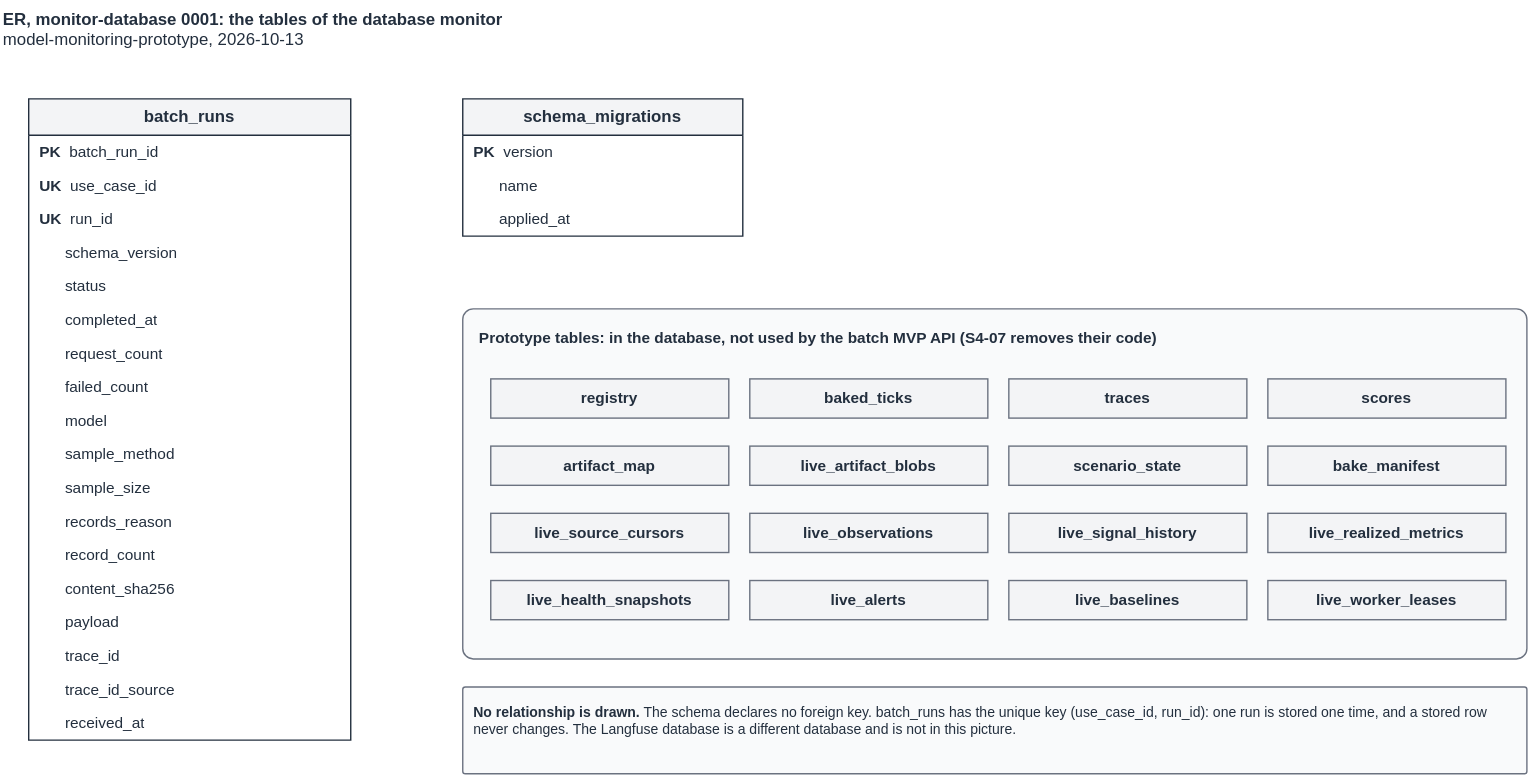
Above: docs/diagram/er/monitor-database/0001-batch-runs-and-prototype-tables.drawio.svg in tkhongsap-io/model-monitoring-prototype (draw.io), before the change. Source tidied: cells renumbered, new cells last; positions are measured from the earlier drawing's top-left corner, leaving out a move shared by most shapes. Its diagram source:
```xml
<mxGraphModel background="#FFFFFF">
  <root>
    <mxCell id="0" />
    <mxCell id="1" parent="0" />
    <mxCell id="2" value="&lt;b&gt;ER, monitor-database 0001: the tables of the database monitor&lt;/b&gt;&lt;br&gt;model-monitoring-prototype, 2026-10-13" style="text;html=1;align=left;verticalAlign=top;fontSize=12;fontColor=#232F3E;" parent="1" vertex="1">
      <mxGeometry width="900" height="40" as="geometry" />
    </mxCell>
    <mxCell id="3" value="batch_runs" style="swimlane;fontStyle=1;horizontal=1;startSize=26;align=center;fontSize=12;whiteSpace=wrap;html=1;fillColor=#F3F4F6;strokeColor=#232F3E;fontColor=#232F3E;swimlaneFillColor=#FFFFFF;" parent="1" vertex="1">
      <mxGeometry x="20" y="70" width="230" height="458" as="geometry" />
    </mxCell>
    <mxCell id="4" value="&lt;b&gt;PK&lt;/b&gt;&amp;nbsp; batch_run_id" style="text;strokeColor=none;fillColor=none;align=left;verticalAlign=middle;spacingLeft=6;spacingRight=4;overflow=hidden;fontSize=11;whiteSpace=wrap;html=1;fontColor=#232F3E;" parent="3" vertex="1">
      <mxGeometry y="26" width="230" height="24" as="geometry" />
    </mxCell>
    <mxCell id="5" value="&lt;b&gt;UK&lt;/b&gt;&amp;nbsp; use_case_id" style="text;strokeColor=none;fillColor=none;align=left;verticalAlign=middle;spacingLeft=6;spacingRight=4;overflow=hidden;fontSize=11;whiteSpace=wrap;html=1;fontColor=#232F3E;" parent="3" vertex="1">
      <mxGeometry y="50" width="230" height="24" as="geometry" />
    </mxCell>
    <mxCell id="6" value="&lt;b&gt;UK&lt;/b&gt;&amp;nbsp; run_id" style="text;strokeColor=none;fillColor=none;align=left;verticalAlign=middle;spacingLeft=6;spacingRight=4;overflow=hidden;fontSize=11;whiteSpace=wrap;html=1;fontColor=#232F3E;" parent="3" vertex="1">
      <mxGeometry y="74" width="230" height="24" as="geometry" />
    </mxCell>
    <mxCell id="7" value="&amp;nbsp; &amp;nbsp; &amp;nbsp; schema_version" style="text;strokeColor=none;fillColor=none;align=left;verticalAlign=middle;spacingLeft=6;spacingRight=4;overflow=hidden;fontSize=11;whiteSpace=wrap;html=1;fontColor=#232F3E;" parent="3" vertex="1">
      <mxGeometry y="98" width="230" height="24" as="geometry" />
    </mxCell>
    <mxCell id="8" value="&amp;nbsp; &amp;nbsp; &amp;nbsp; status" style="text;strokeColor=none;fillColor=none;align=left;verticalAlign=middle;spacingLeft=6;spacingRight=4;overflow=hidden;fontSize=11;whiteSpace=wrap;html=1;fontColor=#232F3E;" parent="3" vertex="1">
      <mxGeometry y="122" width="230" height="24" as="geometry" />
    </mxCell>
    <mxCell id="9" value="&amp;nbsp; &amp;nbsp; &amp;nbsp; completed_at" style="text;strokeColor=none;fillColor=none;align=left;verticalAlign=middle;spacingLeft=6;spacingRight=4;overflow=hidden;fontSize=11;whiteSpace=wrap;html=1;fontColor=#232F3E;" parent="3" vertex="1">
      <mxGeometry y="146" width="230" height="24" as="geometry" />
    </mxCell>
    <mxCell id="10" value="&amp;nbsp; &amp;nbsp; &amp;nbsp; request_count" style="text;strokeColor=none;fillColor=none;align=left;verticalAlign=middle;spacingLeft=6;spacingRight=4;overflow=hidden;fontSize=11;whiteSpace=wrap;html=1;fontColor=#232F3E;" parent="3" vertex="1">
      <mxGeometry y="170" width="230" height="24" as="geometry" />
    </mxCell>
    <mxCell id="11" value="&amp;nbsp; &amp;nbsp; &amp;nbsp; failed_count" style="text;strokeColor=none;fillColor=none;align=left;verticalAlign=middle;spacingLeft=6;spacingRight=4;overflow=hidden;fontSize=11;whiteSpace=wrap;html=1;fontColor=#232F3E;" parent="3" vertex="1">
      <mxGeometry y="194" width="230" height="24" as="geometry" />
    </mxCell>
    <mxCell id="12" value="&amp;nbsp; &amp;nbsp; &amp;nbsp; model" style="text;strokeColor=none;fillColor=none;align=left;verticalAlign=middle;spacingLeft=6;spacingRight=4;overflow=hidden;fontSize=11;whiteSpace=wrap;html=1;fontColor=#232F3E;" parent="3" vertex="1">
      <mxGeometry y="218" width="230" height="24" as="geometry" />
    </mxCell>
    <mxCell id="13" value="&amp;nbsp; &amp;nbsp; &amp;nbsp; sample_method" style="text;strokeColor=none;fillColor=none;align=left;verticalAlign=middle;spacingLeft=6;spacingRight=4;overflow=hidden;fontSize=11;whiteSpace=wrap;html=1;fontColor=#232F3E;" parent="3" vertex="1">
      <mxGeometry y="242" width="230" height="24" as="geometry" />
    </mxCell>
    <mxCell id="14" value="&amp;nbsp; &amp;nbsp; &amp;nbsp; sample_size" style="text;strokeColor=none;fillColor=none;align=left;verticalAlign=middle;spacingLeft=6;spacingRight=4;overflow=hidden;fontSize=11;whiteSpace=wrap;html=1;fontColor=#232F3E;" parent="3" vertex="1">
      <mxGeometry y="266" width="230" height="24" as="geometry" />
    </mxCell>
    <mxCell id="15" value="&amp;nbsp; &amp;nbsp; &amp;nbsp; records_reason" style="text;strokeColor=none;fillColor=none;align=left;verticalAlign=middle;spacingLeft=6;spacingRight=4;overflow=hidden;fontSize=11;whiteSpace=wrap;html=1;fontColor=#232F3E;" parent="3" vertex="1">
      <mxGeometry y="290" width="230" height="24" as="geometry" />
    </mxCell>
    <mxCell id="16" value="&amp;nbsp; &amp;nbsp; &amp;nbsp; record_count" style="text;strokeColor=none;fillColor=none;align=left;verticalAlign=middle;spacingLeft=6;spacingRight=4;overflow=hidden;fontSize=11;whiteSpace=wrap;html=1;fontColor=#232F3E;" parent="3" vertex="1">
      <mxGeometry y="314" width="230" height="24" as="geometry" />
    </mxCell>
    <mxCell id="17" value="&amp;nbsp; &amp;nbsp; &amp;nbsp; content_sha256" style="text;strokeColor=none;fillColor=none;align=left;verticalAlign=middle;spacingLeft=6;spacingRight=4;overflow=hidden;fontSize=11;whiteSpace=wrap;html=1;fontColor=#232F3E;" parent="3" vertex="1">
      <mxGeometry y="338" width="230" height="24" as="geometry" />
    </mxCell>
    <mxCell id="18" value="&amp;nbsp; &amp;nbsp; &amp;nbsp; payload" style="text;strokeColor=none;fillColor=none;align=left;verticalAlign=middle;spacingLeft=6;spacingRight=4;overflow=hidden;fontSize=11;whiteSpace=wrap;html=1;fontColor=#232F3E;" parent="3" vertex="1">
      <mxGeometry y="362" width="230" height="24" as="geometry" />
    </mxCell>
    <mxCell id="19" value="&amp;nbsp; &amp;nbsp; &amp;nbsp; trace_id" style="text;strokeColor=none;fillColor=none;align=left;verticalAlign=middle;spacingLeft=6;spacingRight=4;overflow=hidden;fontSize=11;whiteSpace=wrap;html=1;fontColor=#232F3E;" parent="3" vertex="1">
      <mxGeometry y="386" width="230" height="24" as="geometry" />
    </mxCell>
    <mxCell id="20" value="&amp;nbsp; &amp;nbsp; &amp;nbsp; trace_id_source" style="text;strokeColor=none;fillColor=none;align=left;verticalAlign=middle;spacingLeft=6;spacingRight=4;overflow=hidden;fontSize=11;whiteSpace=wrap;html=1;fontColor=#232F3E;" parent="3" vertex="1">
      <mxGeometry y="410" width="230" height="24" as="geometry" />
    </mxCell>
    <mxCell id="21" value="&amp;nbsp; &amp;nbsp; &amp;nbsp; received_at" style="text;strokeColor=none;fillColor=none;align=left;verticalAlign=middle;spacingLeft=6;spacingRight=4;overflow=hidden;fontSize=11;whiteSpace=wrap;html=1;fontColor=#232F3E;" parent="3" vertex="1">
      <mxGeometry y="434" width="230" height="24" as="geometry" />
    </mxCell>
    <mxCell id="22" value="schema_migrations" style="swimlane;fontStyle=1;horizontal=1;startSize=26;align=center;fontSize=12;whiteSpace=wrap;html=1;fillColor=#F3F4F6;strokeColor=#232F3E;fontColor=#232F3E;swimlaneFillColor=#FFFFFF;" parent="1" vertex="1">
      <mxGeometry x="330" y="70" width="200" height="98" as="geometry" />
    </mxCell>
    <mxCell id="23" value="&lt;b&gt;PK&lt;/b&gt;&amp;nbsp; version" style="text;strokeColor=none;fillColor=none;align=left;verticalAlign=middle;spacingLeft=6;spacingRight=4;overflow=hidden;fontSize=11;whiteSpace=wrap;html=1;fontColor=#232F3E;" parent="22" vertex="1">
      <mxGeometry y="26" width="200" height="24" as="geometry" />
    </mxCell>
    <mxCell id="24" value="&amp;nbsp; &amp;nbsp; &amp;nbsp; name" style="text;strokeColor=none;fillColor=none;align=left;verticalAlign=middle;spacingLeft=6;spacingRight=4;overflow=hidden;fontSize=11;whiteSpace=wrap;html=1;fontColor=#232F3E;" parent="22" vertex="1">
      <mxGeometry y="50" width="200" height="24" as="geometry" />
    </mxCell>
    <mxCell id="25" value="&amp;nbsp; &amp;nbsp; &amp;nbsp; applied_at" style="text;strokeColor=none;fillColor=none;align=left;verticalAlign=middle;spacingLeft=6;spacingRight=4;overflow=hidden;fontSize=11;whiteSpace=wrap;html=1;fontColor=#232F3E;" parent="22" vertex="1">
      <mxGeometry y="74" width="200" height="24" as="geometry" />
    </mxCell>
    <mxCell id="26" value="Prototype tables: in the database, not used by the batch MVP API (S4-07 removes their code)" style="rounded=1;arcSize=3;whiteSpace=wrap;html=1;verticalAlign=top;align=left;spacingLeft=10;spacingTop=8;fontStyle=1;fontSize=11;fillColor=#F9FAFB;strokeColor=#6B7280;fontColor=#232F3E;" parent="1" vertex="1">
      <mxGeometry x="330" y="220" width="760" height="250" as="geometry" />
    </mxCell>
    <mxCell id="27" value="registry" style="rounded=0;whiteSpace=wrap;html=1;fontStyle=1;fontSize=11;fillColor=#F3F4F6;strokeColor=#6B7280;fontColor=#232F3E;" parent="26" vertex="1">
      <mxGeometry x="20" y="50" width="170" height="28" as="geometry" />
    </mxCell>
    <mxCell id="28" value="baked_ticks" style="rounded=0;whiteSpace=wrap;html=1;fontStyle=1;fontSize=11;fillColor=#F3F4F6;strokeColor=#6B7280;fontColor=#232F3E;" parent="26" vertex="1">
      <mxGeometry x="205" y="50" width="170" height="28" as="geometry" />
    </mxCell>
    <mxCell id="29" value="traces" style="rounded=0;whiteSpace=wrap;html=1;fontStyle=1;fontSize=11;fillColor=#F3F4F6;strokeColor=#6B7280;fontColor=#232F3E;" parent="26" vertex="1">
      <mxGeometry x="390" y="50" width="170" height="28" as="geometry" />
    </mxCell>
    <mxCell id="30" value="scores" style="rounded=0;whiteSpace=wrap;html=1;fontStyle=1;fontSize=11;fillColor=#F3F4F6;strokeColor=#6B7280;fontColor=#232F3E;" parent="26" vertex="1">
      <mxGeometry x="575" y="50" width="170" height="28" as="geometry" />
    </mxCell>
    <mxCell id="31" value="artifact_map" style="rounded=0;whiteSpace=wrap;html=1;fontStyle=1;fontSize=11;fillColor=#F3F4F6;strokeColor=#6B7280;fontColor=#232F3E;" parent="26" vertex="1">
      <mxGeometry x="20" y="98" width="170" height="28" as="geometry" />
    </mxCell>
    <mxCell id="32" value="live_artifact_blobs" style="rounded=0;whiteSpace=wrap;html=1;fontStyle=1;fontSize=11;fillColor=#F3F4F6;strokeColor=#6B7280;fontColor=#232F3E;" parent="26" vertex="1">
      <mxGeometry x="205" y="98" width="170" height="28" as="geometry" />
    </mxCell>
    <mxCell id="33" value="scenario_state" style="rounded=0;whiteSpace=wrap;html=1;fontStyle=1;fontSize=11;fillColor=#F3F4F6;strokeColor=#6B7280;fontColor=#232F3E;" parent="26" vertex="1">
      <mxGeometry x="390" y="98" width="170" height="28" as="geometry" />
    </mxCell>
    <mxCell id="34" value="bake_manifest" style="rounded=0;whiteSpace=wrap;html=1;fontStyle=1;fontSize=11;fillColor=#F3F4F6;strokeColor=#6B7280;fontColor=#232F3E;" parent="26" vertex="1">
      <mxGeometry x="575" y="98" width="170" height="28" as="geometry" />
    </mxCell>
    <mxCell id="35" value="live_source_cursors" style="rounded=0;whiteSpace=wrap;html=1;fontStyle=1;fontSize=11;fillColor=#F3F4F6;strokeColor=#6B7280;fontColor=#232F3E;" parent="26" vertex="1">
      <mxGeometry x="20" y="146" width="170" height="28" as="geometry" />
    </mxCell>
    <mxCell id="36" value="live_observations" style="rounded=0;whiteSpace=wrap;html=1;fontStyle=1;fontSize=11;fillColor=#F3F4F6;strokeColor=#6B7280;fontColor=#232F3E;" parent="26" vertex="1">
      <mxGeometry x="205" y="146" width="170" height="28" as="geometry" />
    </mxCell>
    <mxCell id="37" value="live_signal_history" style="rounded=0;whiteSpace=wrap;html=1;fontStyle=1;fontSize=11;fillColor=#F3F4F6;strokeColor=#6B7280;fontColor=#232F3E;" parent="26" vertex="1">
      <mxGeometry x="390" y="146" width="170" height="28" as="geometry" />
    </mxCell>
    <mxCell id="38" value="live_realized_metrics" style="rounded=0;whiteSpace=wrap;html=1;fontStyle=1;fontSize=11;fillColor=#F3F4F6;strokeColor=#6B7280;fontColor=#232F3E;" parent="26" vertex="1">
      <mxGeometry x="575" y="146" width="170" height="28" as="geometry" />
    </mxCell>
    <mxCell id="39" value="live_health_snapshots" style="rounded=0;whiteSpace=wrap;html=1;fontStyle=1;fontSize=11;fillColor=#F3F4F6;strokeColor=#6B7280;fontColor=#232F3E;" parent="26" vertex="1">
      <mxGeometry x="20" y="194" width="170" height="28" as="geometry" />
    </mxCell>
    <mxCell id="40" value="live_alerts" style="rounded=0;whiteSpace=wrap;html=1;fontStyle=1;fontSize=11;fillColor=#F3F4F6;strokeColor=#6B7280;fontColor=#232F3E;" parent="26" vertex="1">
      <mxGeometry x="205" y="194" width="170" height="28" as="geometry" />
    </mxCell>
    <mxCell id="41" value="live_baselines" style="rounded=0;whiteSpace=wrap;html=1;fontStyle=1;fontSize=11;fillColor=#F3F4F6;strokeColor=#6B7280;fontColor=#232F3E;" parent="26" vertex="1">
      <mxGeometry x="390" y="194" width="170" height="28" as="geometry" />
    </mxCell>
    <mxCell id="42" value="live_worker_leases" style="rounded=0;whiteSpace=wrap;html=1;fontStyle=1;fontSize=11;fillColor=#F3F4F6;strokeColor=#6B7280;fontColor=#232F3E;" parent="26" vertex="1">
      <mxGeometry x="575" y="194" width="170" height="28" as="geometry" />
    </mxCell>
    <mxCell id="43" value="&lt;b&gt;No relationship is drawn.&lt;/b&gt; The schema declares no foreign key. batch_runs has the unique key (use_case_id, run_id): one run is stored one time, and a stored row never changes. The Langfuse database is a different database and is not in this picture." style="text;html=1;align=left;verticalAlign=top;whiteSpace=wrap;fontSize=10;fontColor=#232F3E;fillColor=#F9FAFB;strokeColor=#6B7280;spacing=8;rounded=1;arcSize=3;" parent="1" vertex="1">
      <mxGeometry x="330" y="490" width="760" height="62" as="geometry" />
    </mxCell>
  </root>
</mxGraphModel>
```
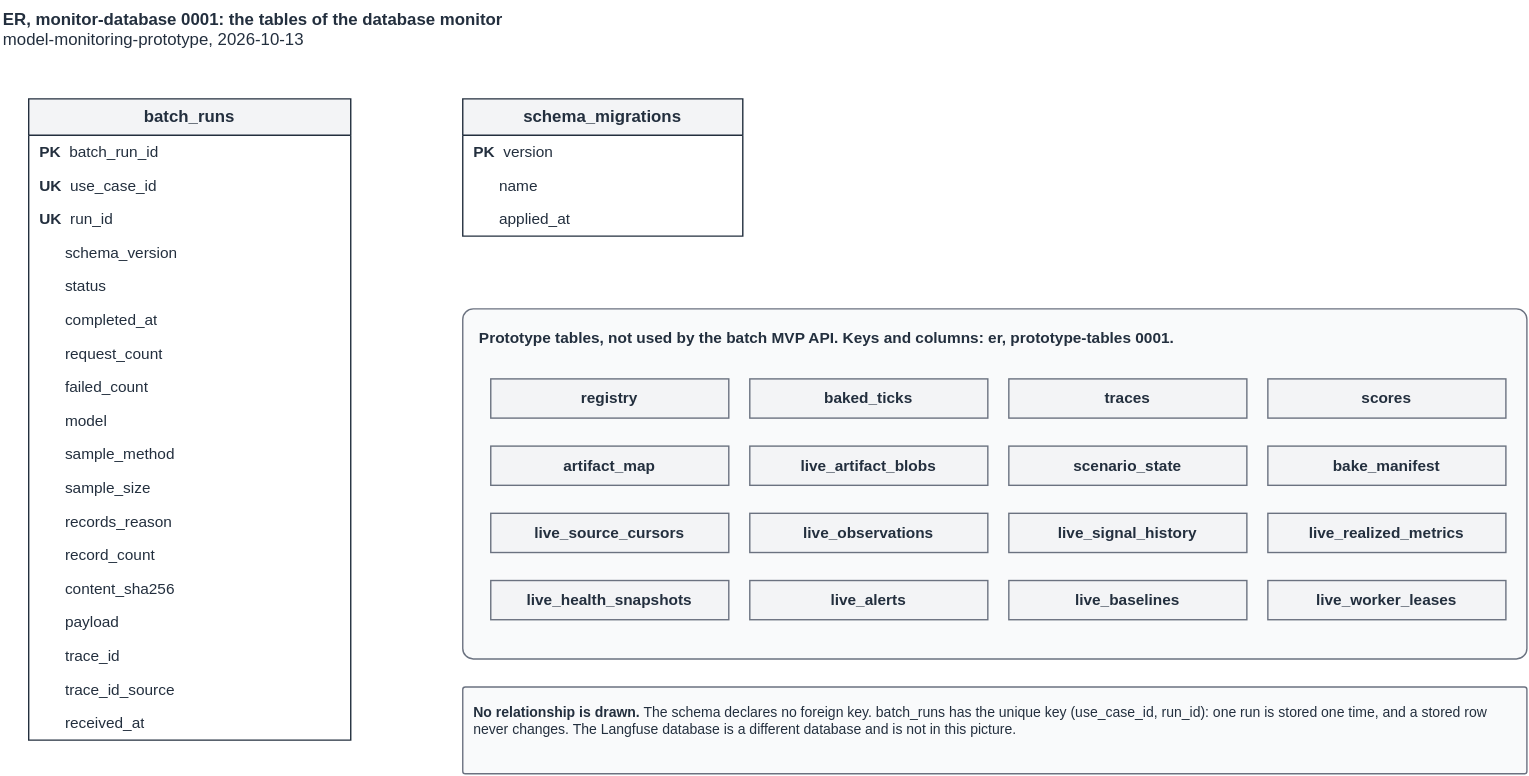
After the change.

Commit message:
docs(s3-08b): er subject for the prototype tables

Change to the diagram source:
```diff
@@ -74,7 +74,7 @@
     <mxCell id="25" value="&amp;nbsp; &amp;nbsp; &amp;nbsp; applied_at" style="text;strokeColor=none;fillColor=none;align=left;verticalAlign=middle;spacingLeft=6;spacingRight=4;overflow=hidden;fontSize=11;whiteSpace=wrap;html=1;fontColor=#232F3E;" parent="22" vertex="1">
       <mxGeometry y="74" width="200" height="24" as="geometry" />
     </mxCell>
-    <mxCell id="26" value="Prototype tables: in the database, not used by the batch MVP API (S4-07 removes their code)" style="rounded=1;arcSize=3;whiteSpace=wrap;html=1;verticalAlign=top;align=left;spacingLeft=10;spacingTop=8;fontStyle=1;fontSize=11;fillColor=#F9FAFB;strokeColor=#6B7280;fontColor=#232F3E;" parent="1" vertex="1">
+    <mxCell id="26" value="Prototype tables, not used by the batch MVP API. Keys and columns: er, prototype-tables 0001." style="rounded=1;arcSize=3;whiteSpace=wrap;html=1;verticalAlign=top;align=left;spacingLeft=10;spacingTop=8;fontStyle=1;fontSize=11;fillColor=#F9FAFB;strokeColor=#6B7280;fontColor=#232F3E;" parent="1" vertex="1">
       <mxGeometry x="330" y="220" width="760" height="250" as="geometry" />
     </mxCell>
     <mxCell id="27" value="registry" style="rounded=0;whiteSpace=wrap;html=1;fontStyle=1;fontSize=11;fillColor=#F3F4F6;strokeColor=#6B7280;fontColor=#232F3E;" parent="26" vertex="1">
```
